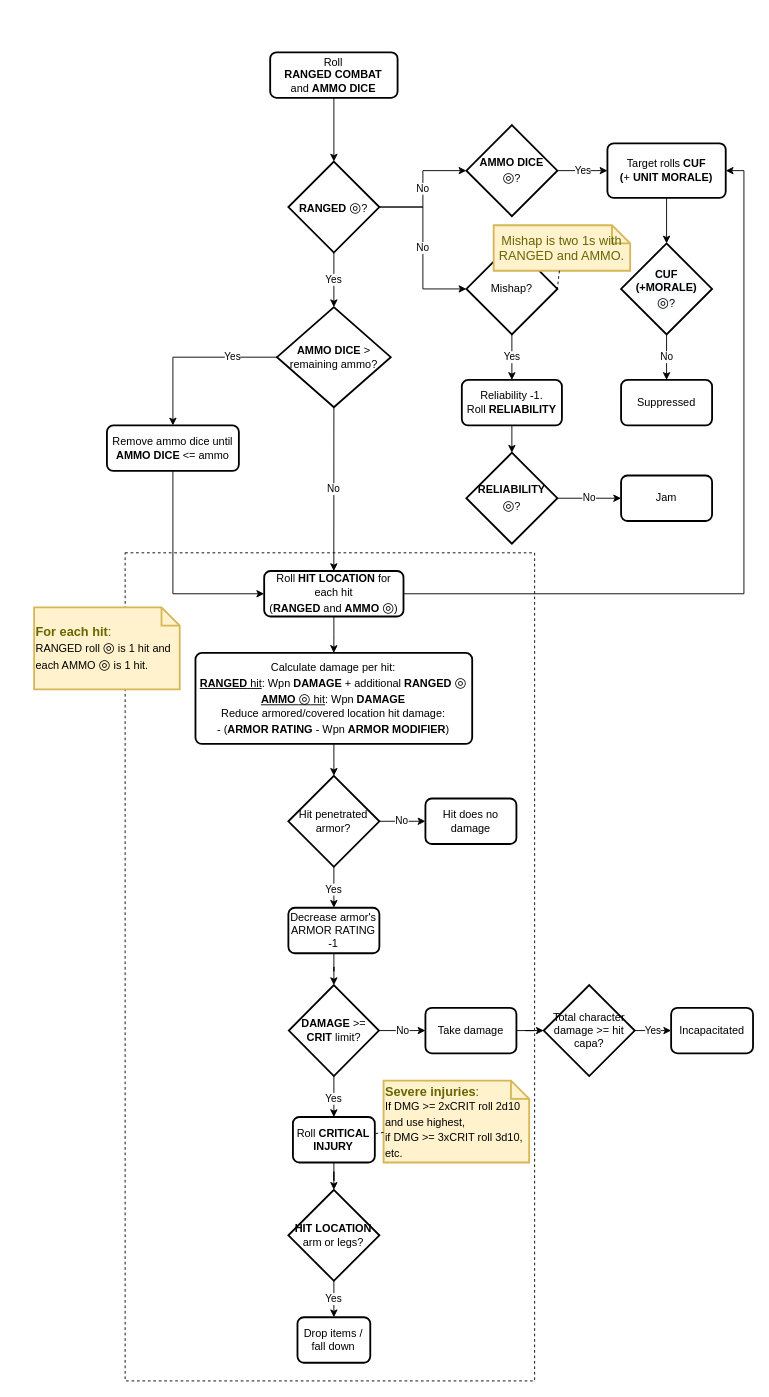
apa64/twilight-2000-resources keeps this draw.io diagram as Ranged Combat.drawio. Above is the earlier version. Source tidied: cells renumbered, new cells numbered last; positions are measured from the earlier drawing's top-left corner, leaving out a move shared by most shapes. Both pictures are drawn from the tidied source at 91%, with x=0, y=0 at pixel (34, 52).
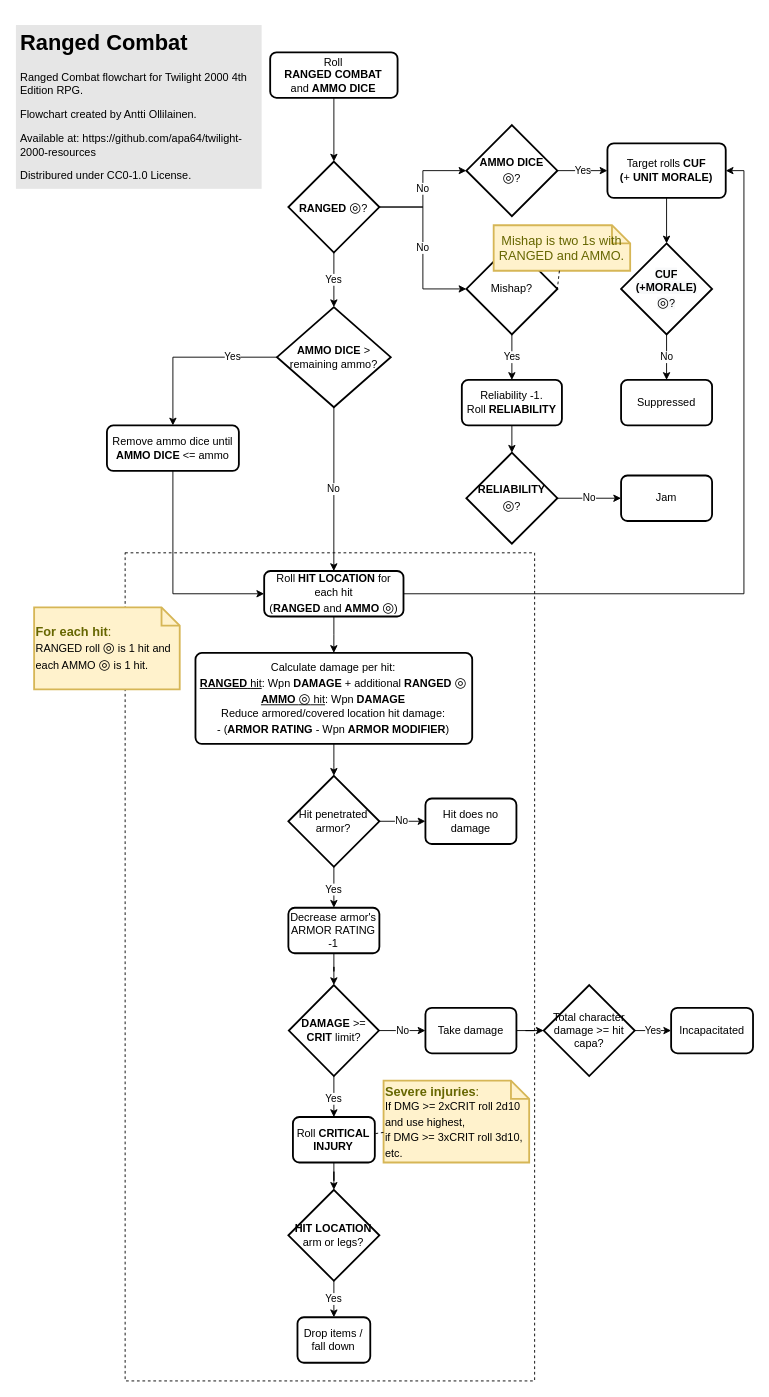
After the change.

What changed in the source:
```diff
@@
+    <mxCell id="57" value="&lt;h1&gt;Ranged Combat&lt;/h1&gt;&lt;p&gt;Ranged Combat flowchart for Twilight 2000 4th Edition RPG.&lt;/p&gt;&lt;p&gt;Flowchart created by Antti Ollilainen.&lt;/p&gt;&lt;p&gt;Available at:&amp;nbsp;https://github.com/apa64/twilight-2000-resources&lt;/p&gt;&lt;p&gt;Distribured under&amp;nbsp;CC0-1.0 License.&lt;/p&gt;" style="text;html=1;strokeColor=none;spacing=5;spacingTop=-20;whiteSpace=wrap;overflow=hidden;rounded=0;fillColor=#E6E6E6;" parent="1" vertex="1">
+      <mxGeometry x="-20" y="-30" width="270" height="180" as="geometry" />
+    </mxCell>
```
